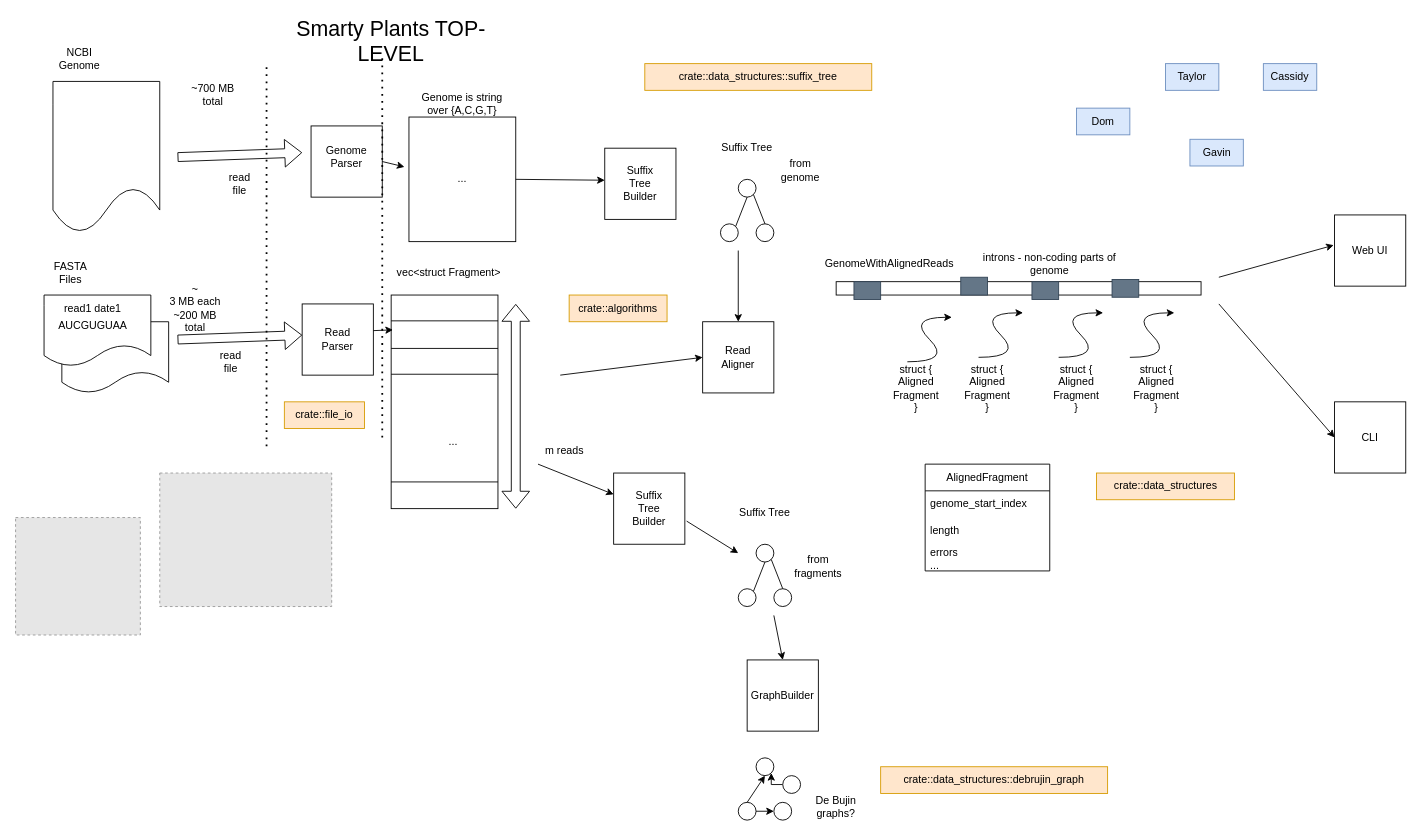
The draw.io diagram architecture.drawio in TheEvergreenStateCollege/bioinformatics, before the edit. Source tidied: cells renumbered, new cells numbered last; positions are measured from the earlier drawing's top-left corner, leaving out a move shared by most shapes. Both pictures are drawn from the tidied source at 89%, with x=0, y=0 at pixel (15, 28). Pictures stored in the file or linked from it are replaced by grey dashed boxes.
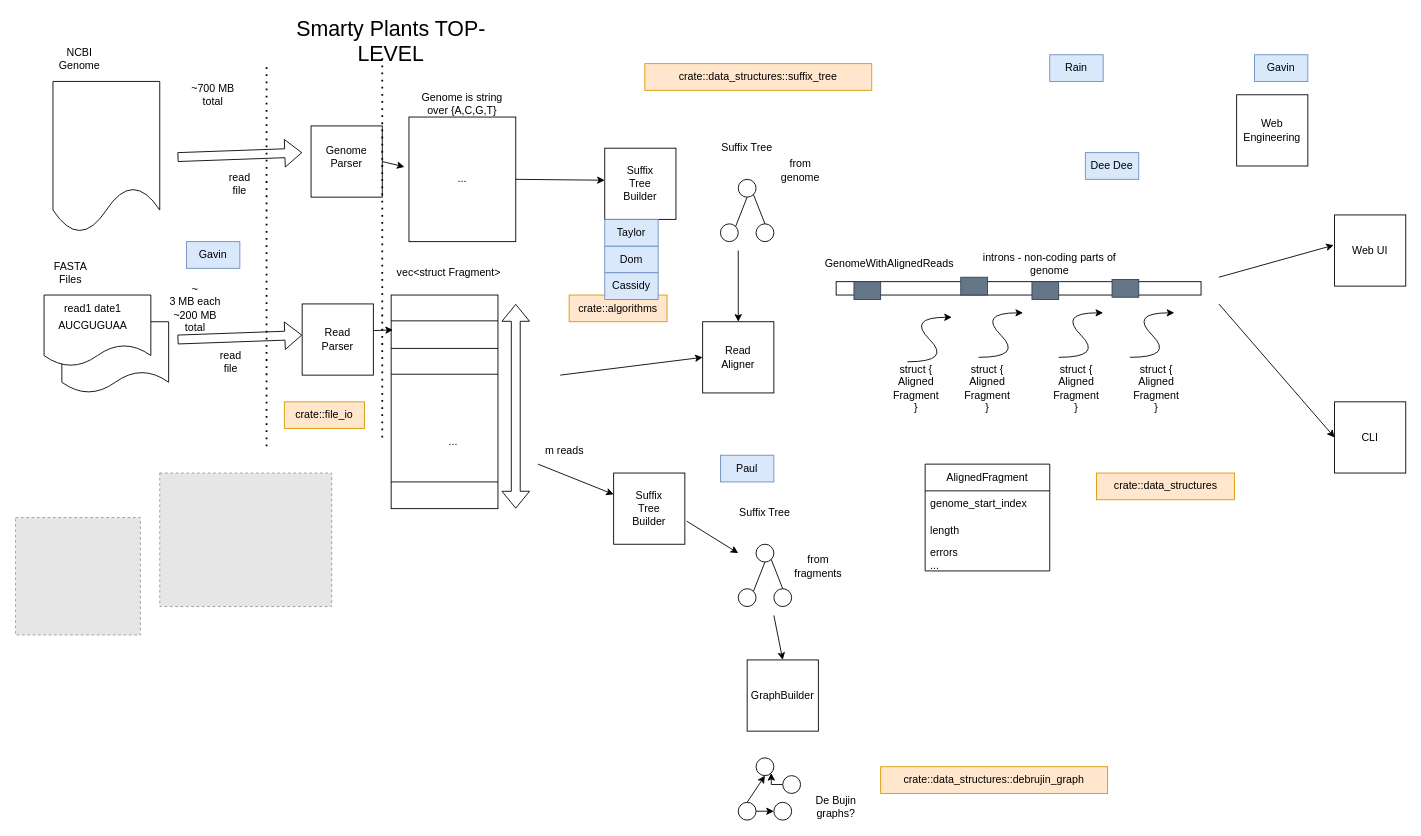
The same diagram, later.

What changed in the source:
```diff
@@
     <mxCell id="102" value="Dom" style="text;html=1;align=center;verticalAlign=middle;whiteSpace=wrap;rounded=0;fillColor=#dae8fc;strokeColor=#6c8ebf;" parent="1" vertex="1">
-      <mxGeometry x="1192" y="90" width="60" height="30" as="geometry" />
+      <mxGeometry x="662" y="245" width="60" height="30" as="geometry" />
     </mxCell>
     <mxCell id="103" value="Gavin" style="text;html=1;align=center;verticalAlign=middle;whiteSpace=wrap;rounded=0;fillColor=#dae8fc;strokeColor=#6c8ebf;" parent="1" vertex="1">
-      <mxGeometry x="1319.5" y="125" width="60" height="30" as="geometry" />
+      <mxGeometry x="1392" y="30" width="60" height="30" as="geometry" />
     </mxCell>
     <mxCell id="104" value="Taylor" style="text;html=1;align=center;verticalAlign=middle;whiteSpace=wrap;rounded=0;fillColor=#dae8fc;strokeColor=#6c8ebf;" parent="1" vertex="1">
-      <mxGeometry x="1292" y="40" width="60" height="30" as="geometry" />
+      <mxGeometry x="662" y="215" width="60" height="30" as="geometry" />
     </mxCell>
     <mxCell id="105" value="Cassidy" style="text;html=1;align=center;verticalAlign=middle;whiteSpace=wrap;rounded=0;fillColor=#dae8fc;strokeColor=#6c8ebf;" parent="1" vertex="1">
-      <mxGeometry x="1402" y="40" width="60" height="30" as="geometry" />
+      <mxGeometry x="662" y="275" width="60" height="30" as="geometry" />
     </mxCell>
+    <mxCell id="106" value="Dee Dee" style="text;html=1;align=center;verticalAlign=middle;whiteSpace=wrap;rounded=0;fillColor=#dae8fc;strokeColor=#6c8ebf;" parent="1" vertex="1">
+      <mxGeometry x="1202" y="140" width="60" height="30" as="geometry" />
+    </mxCell>
+    <mxCell id="107" value="Rain" style="text;html=1;align=center;verticalAlign=middle;whiteSpace=wrap;rounded=0;fillColor=#dae8fc;strokeColor=#6c8ebf;" parent="1" vertex="1">
+      <mxGeometry x="1162" y="30" width="60" height="30" as="geometry" />
+    </mxCell>
+    <mxCell id="108" value="Paul" style="text;html=1;align=center;verticalAlign=middle;whiteSpace=wrap;rounded=0;fillColor=#dae8fc;strokeColor=#6c8ebf;" parent="1" vertex="1">
+      <mxGeometry x="792" y="480" width="60" height="30" as="geometry" />
+    </mxCell>
+    <mxCell id="109" value="&lt;div&gt;Web&lt;/div&gt;&lt;div&gt;Engineering&lt;br&gt;&lt;/div&gt;" style="whiteSpace=wrap;html=1;" parent="1" vertex="1">
+      <mxGeometry x="1372" y="75" width="80" height="80" as="geometry" />
+    </mxCell>
+    <mxCell id="110" value="Gavin" style="text;html=1;align=center;verticalAlign=middle;whiteSpace=wrap;rounded=0;fillColor=#dae8fc;strokeColor=#6c8ebf;" parent="1" vertex="1">
+      <mxGeometry x="192" y="240" width="60" height="30" as="geometry" />
+    </mxCell>
```
